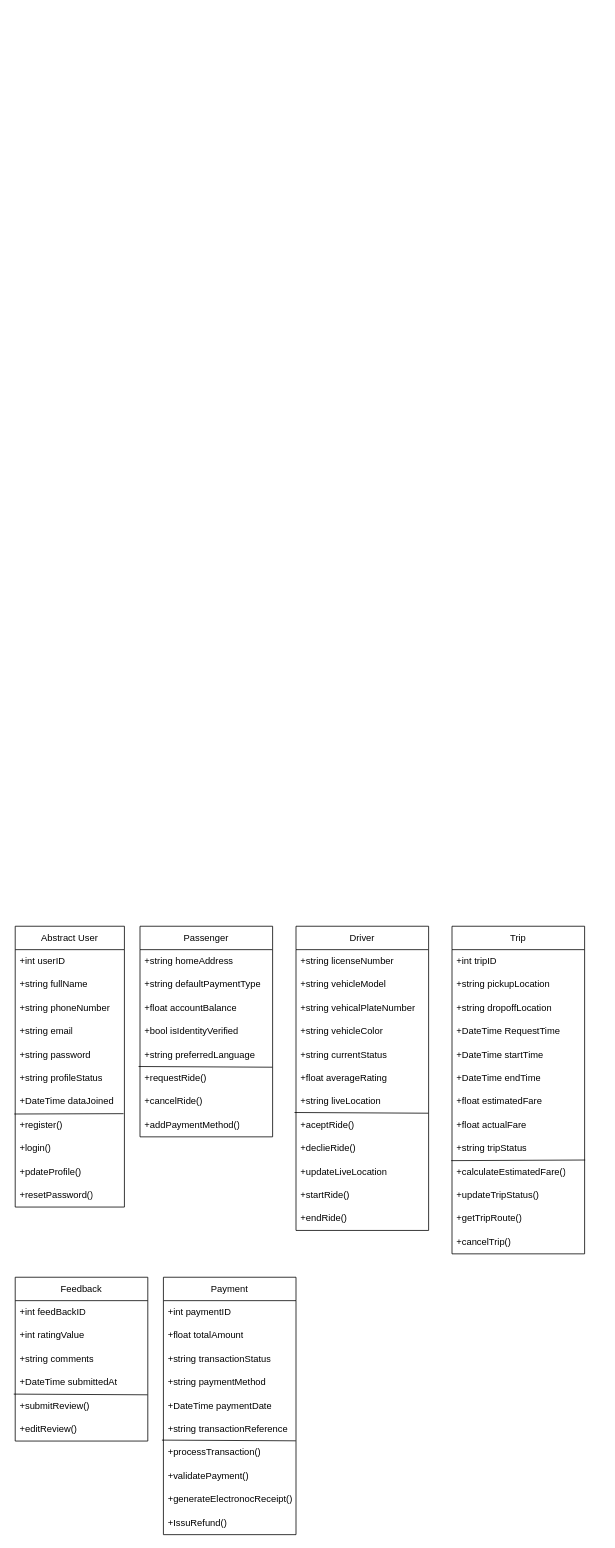
Before: SEPP_CW2_Class_Diagram.drawio in Anuja-jayasinghe/DrawIo_Projects, a draw.io diagram. Source tidied: cells renumbered, new cells numbered last; positions are measured from the earlier drawing's top-left corner, leaving out a move shared by most shapes. Both pictures are drawn from the tidied source at 78%, with x=0, y=0 at pixel (15, 926).
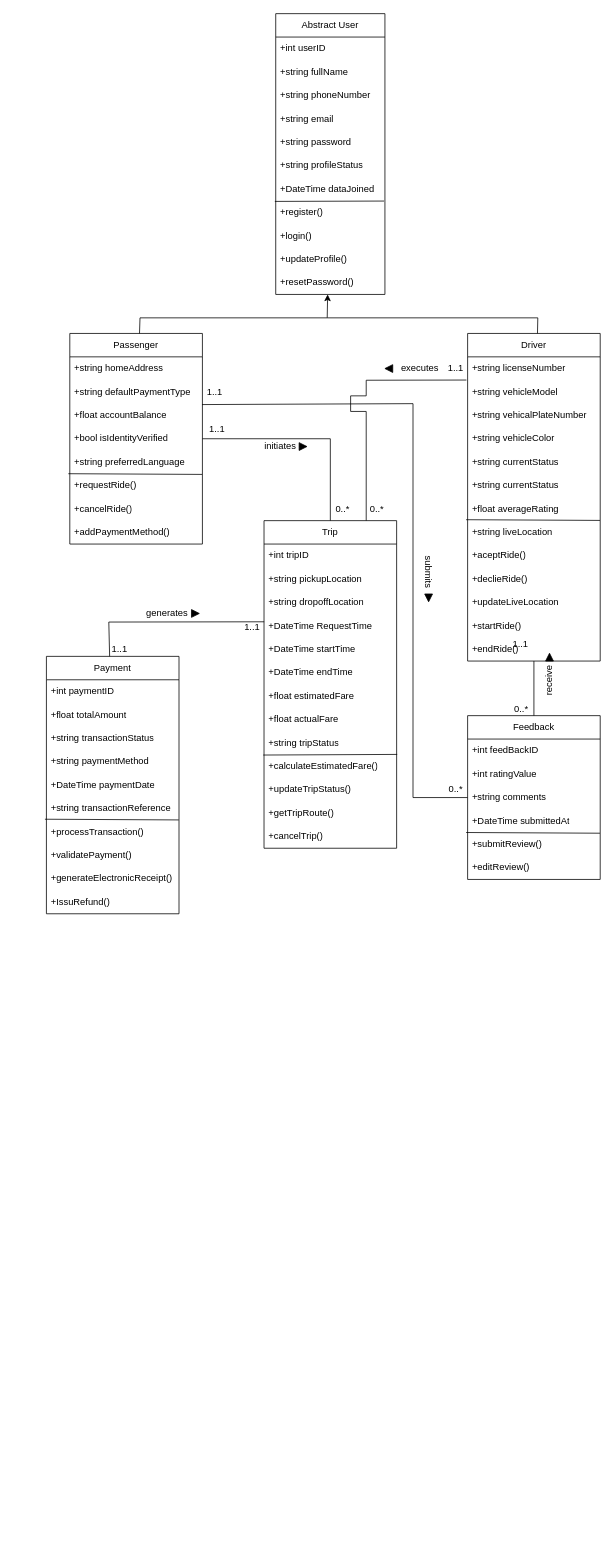
After the change.

Unchanged cells that the change refers to:
```xml
<mxCell id="18" value="+float accountBalance" style="text;strokeColor=none;fillColor=none;align=left;verticalAlign=middle;spacingLeft=4;spacingRight=4;overflow=hidden;points=[[0,0.5],[1,0.5]];portConstraint=eastwest;whiteSpace=wrap;html=1;" parent="15" vertex="1">
  <mxGeometry y="90" width="170" height="30" as="geometry" />
</mxCell>
<mxCell id="27" value="+string vehicleModel" style="text;strokeColor=none;fillColor=none;align=left;verticalAlign=middle;spacingLeft=4;spacingRight=4;overflow=hidden;points=[[0,0.5],[1,0.5]];portConstraint=eastwest;whiteSpace=wrap;html=1;" parent="25" vertex="1">
  <mxGeometry y="60" width="170" height="30" as="geometry" />
</mxCell>
<mxCell id="43" value="+DateTime RequestTime" style="text;strokeColor=none;fillColor=none;align=left;verticalAlign=middle;spacingLeft=4;spacingRight=4;overflow=hidden;points=[[0,0.5],[1,0.5]];portConstraint=eastwest;whiteSpace=wrap;html=1;" parent="39" vertex="1">
  <mxGeometry y="120" width="170" height="30" as="geometry" />
</mxCell>
```

What changed in the source:
```diff
@@
     <mxCell id="2" value="Abstract User" style="swimlane;fontStyle=0;horizontal=1;startSize=30;whiteSpace=wrap;html=1;" parent="1" vertex="1">
-      <mxGeometry width="140" height="360" as="geometry" />
+      <mxGeometry x="334" y="-1170" width="140" height="360" as="geometry" />
     </mxCell>
@@
-    <mxCell id="12" value="+pdateProfile()" style="text;strokeColor=none;fillColor=none;align=left;verticalAlign=middle;spacingLeft=4;spacingRight=4;overflow=hidden;whiteSpace=wrap;html=1;" parent="2" vertex="1">
+    <mxCell id="12" value="+updateProfile()" style="text;strokeColor=none;fillColor=none;align=left;verticalAlign=middle;spacingLeft=4;spacingRight=4;overflow=hidden;whiteSpace=wrap;html=1;" parent="2" vertex="1">
       <mxGeometry y="300" width="140" height="30" as="geometry" />
     </mxCell>
@@
     <mxCell id="15" value="Passenger" style="swimlane;fontStyle=0;horizontal=1;startSize=30;whiteSpace=wrap;html=1;" parent="1" vertex="1">
-      <mxGeometry x="160" width="170" height="270" as="geometry" />
+      <mxGeometry x="70" y="-760" width="170" height="270" as="geometry" />
     </mxCell>
@@
     <mxCell id="25" value="Driver" style="swimlane;fontStyle=0;horizontal=1;startSize=30;whiteSpace=wrap;html=1;" parent="1" vertex="1">
-      <mxGeometry x="360" width="170" height="390" as="geometry" />
+      <mxGeometry x="580" y="-760" width="170" height="420" as="geometry" />
     </mxCell>
@@
+    <mxCell id="74" value="+string currentStatus" style="text;strokeColor=none;fillColor=none;align=left;verticalAlign=middle;spacingLeft=4;spacingRight=4;overflow=hidden;whiteSpace=wrap;html=1;" parent="25" vertex="1">
+      <mxGeometry y="150" width="170" height="30" as="geometry" />
+    </mxCell>
     <mxCell id="30" value="+string currentStatus" style="text;strokeColor=none;fillColor=none;align=left;verticalAlign=middle;spacingLeft=4;spacingRight=4;overflow=hidden;whiteSpace=wrap;html=1;" parent="25" vertex="1">
-      <mxGeometry y="150" width="170" height="30" as="geometry" />
+      <mxGeometry y="180" width="170" height="30" as="geometry" />
     </mxCell>
     <mxCell id="31" value="+float averageRating" style="text;strokeColor=none;fillColor=none;align=left;verticalAlign=middle;spacingLeft=4;spacingRight=4;overflow=hidden;whiteSpace=wrap;html=1;" parent="25" vertex="1">
-      <mxGeometry y="180" width="170" height="30" as="geometry" />
+      <mxGeometry y="210" width="170" height="30" as="geometry" />
     </mxCell>
     <mxCell id="32" value="+string liveLocation" style="text;strokeColor=none;fillColor=none;align=left;verticalAlign=middle;spacingLeft=4;spacingRight=4;overflow=hidden;whiteSpace=wrap;html=1;" parent="25" vertex="1">
-      <mxGeometry y="210" width="170" height="30" as="geometry" />
+      <mxGeometry y="240" width="170" height="30" as="geometry" />
     </mxCell>
     <mxCell id="33" value="+aceptRide()" style="text;strokeColor=none;fillColor=none;align=left;verticalAlign=middle;spacingLeft=4;spacingRight=4;overflow=hidden;whiteSpace=wrap;html=1;" parent="25" vertex="1">
-      <mxGeometry y="240" width="170" height="30" as="geometry" />
+      <mxGeometry y="270" width="170" height="30" as="geometry" />
     </mxCell>
@@
     <mxCell id="35" value="+declieRide()" style="text;strokeColor=none;fillColor=none;align=left;verticalAlign=middle;spacingLeft=4;spacingRight=4;overflow=hidden;whiteSpace=wrap;html=1;" parent="25" vertex="1">
-      <mxGeometry y="270" width="170" height="30" as="geometry" />
+      <mxGeometry y="300" width="170" height="30" as="geometry" />
     </mxCell>
     <mxCell id="36" value="+updateLiveLocation" style="text;strokeColor=none;fillColor=none;align=left;verticalAlign=middle;spacingLeft=4;spacingRight=4;overflow=hidden;whiteSpace=wrap;html=1;" parent="25" vertex="1">
-      <mxGeometry y="300" width="170" height="30" as="geometry" />
+      <mxGeometry y="330" width="170" height="30" as="geometry" />
     </mxCell>
     <mxCell id="37" value="+startRide()" style="text;strokeColor=none;fillColor=none;align=left;verticalAlign=middle;spacingLeft=4;spacingRight=4;overflow=hidden;whiteSpace=wrap;html=1;" parent="25" vertex="1">
-      <mxGeometry y="330" width="170" height="30" as="geometry" />
+      <mxGeometry y="360" width="170" height="30" as="geometry" />
     </mxCell>
     <mxCell id="38" value="+endRide()" style="text;strokeColor=none;fillColor=none;align=left;verticalAlign=middle;spacingLeft=4;spacingRight=4;overflow=hidden;whiteSpace=wrap;html=1;" parent="25" vertex="1">
-      <mxGeometry y="360" width="170" height="30" as="geometry" />
+      <mxGeometry y="390" width="170" height="30" as="geometry" />
     </mxCell>
     <mxCell id="39" value="Trip" style="swimlane;fontStyle=0;horizontal=1;startSize=30;whiteSpace=wrap;html=1;" parent="1" vertex="1">
-      <mxGeometry x="560" width="170" height="420" as="geometry" />
+      <mxGeometry x="319" y="-520" width="170" height="420" as="geometry" />
     </mxCell>
@@
     <mxCell id="54" value="Feedback" style="swimlane;fontStyle=0;horizontal=1;startSize=30;whiteSpace=wrap;html=1;" parent="1" vertex="1">
-      <mxGeometry y="450" width="170" height="210" as="geometry" />
+      <mxGeometry x="580" y="-270" width="170" height="210" as="geometry" />
     </mxCell>
@@
     <mxCell id="62" value="Payment" style="swimlane;fontStyle=0;horizontal=1;startSize=30;whiteSpace=wrap;html=1;" parent="1" vertex="1">
-      <mxGeometry x="190" y="450" width="170" height="330" as="geometry" />
+      <mxGeometry x="40" y="-346" width="170" height="330" as="geometry" />
     </mxCell>
@@
-    <mxCell id="72" value="+generateElectronocReceipt()" style="text;strokeColor=none;fillColor=none;align=left;verticalAlign=middle;spacingLeft=4;spacingRight=4;overflow=hidden;whiteSpace=wrap;html=1;" parent="62" vertex="1">
+    <mxCell id="72" value="+generateElectronicReceipt()" style="text;strokeColor=none;fillColor=none;align=left;verticalAlign=middle;spacingLeft=4;spacingRight=4;overflow=hidden;whiteSpace=wrap;html=1;" parent="62" vertex="1">
       <mxGeometry y="270" width="170" height="30" as="geometry" />
     </mxCell>
@@
+    <mxCell id="75" style="endArrow=classic;html=1;rounded=0;" parent="1" edge="1" source="15" target="2">
+      <mxGeometry relative="1" as="geometry">
+        <Array as="points">
+          <mxPoint x="160" y="-780" />
+          <mxPoint x="400" y="-780" />
+        </Array>
+      </mxGeometry>
+    </mxCell>
+    <mxCell id="76" style="endArrow=none;html=1;rounded=0;" parent="1" edge="1" target="25">
+      <mxGeometry relative="1" as="geometry">
+        <mxPoint x="400" y="-780" as="sourcePoint" />
+        <Array as="points">
+          <mxPoint x="670" y="-780" />
+        </Array>
+      </mxGeometry>
+    </mxCell>
+    <mxCell id="77" style="endArrow=none;html=1;rounded=0;" parent="1" edge="1" source="15" target="39">
+      <mxGeometry relative="1" as="geometry">
+        <Array as="points">
+          <mxPoint x="404" y="-625" />
+        </Array>
+      </mxGeometry>
+    </mxCell>
+    <mxCell id="78" value="1..1" style="text;html=1;whiteSpace=wrap;strokeColor=none;fillColor=none;align=center;verticalAlign=middle;rounded=0;" parent="1" vertex="1">
+      <mxGeometry x="229" y="-652" width="60" height="30" as="geometry" />
+    </mxCell>
+    <mxCell id="79" value="0..*" style="text;html=1;whiteSpace=wrap;strokeColor=none;fillColor=none;align=center;verticalAlign=middle;rounded=0;" parent="1" vertex="1">
+      <mxGeometry x="390" y="-550" width="60" height="30" as="geometry" />
+    </mxCell>
+    <mxCell id="80" value="initiates" style="text;html=1;whiteSpace=wrap;strokeColor=none;fillColor=none;align=center;verticalAlign=middle;rounded=0;" parent="1" vertex="1">
+      <mxGeometry x="310" y="-630" width="60" height="30" as="geometry" />
+    </mxCell>
+    <mxCell id="81" style="triangle;whiteSpace=wrap;html=1;fillColor=light-dark(#000000,#000000);" parent="1" vertex="1">
+      <mxGeometry x="364" y="-620" width="10" height="10" as="geometry" />
+    </mxCell>
+    <mxCell id="82" style="endArrow=none;html=1;rounded=0;" parent="1" edge="1" source="54" target="25">
+      <mxGeometry relative="1" as="geometry" />
+    </mxCell>
+    <mxCell id="83" value="receive" style="text;html=1;whiteSpace=wrap;strokeColor=none;fillColor=none;align=center;verticalAlign=middle;rounded=0;rotation=-90;" parent="1" vertex="1">
+      <mxGeometry x="655" y="-330" width="60" height="30" as="geometry" />
+    </mxCell>
+    <mxCell id="84" style="triangle;whiteSpace=wrap;html=1;fillColor=light-dark(#000000,#000000);rotation=-90;" parent="1" vertex="1">
+      <mxGeometry x="680" y="-350" width="10" height="10" as="geometry" />
+    </mxCell>
+    <mxCell id="85" value="1..1" style="text;html=1;whiteSpace=wrap;strokeColor=none;fillColor=none;align=center;verticalAlign=middle;rounded=0;" parent="1" vertex="1">
+      <mxGeometry x="618" y="-376" width="60" height="30" as="geometry" />
+    </mxCell>
+    <mxCell id="86" value="0..*" style="text;html=1;whiteSpace=wrap;strokeColor=none;fillColor=none;align=center;verticalAlign=middle;rounded=0;" parent="1" vertex="1">
+      <mxGeometry x="619" y="-293" width="60" height="30" as="geometry" />
+    </mxCell>
+    <mxCell id="87" style="endArrow=none;html=1;rounded=0;exitX=0.997;exitY=0.039;exitDx=0;exitDy=0;exitPerimeter=0;" parent="1" edge="1" source="18" target="54">
+      <mxGeometry relative="1" as="geometry">
+        <Array as="points">
+          <mxPoint x="510" y="-670" />
+          <mxPoint x="510" y="-165" />
+        </Array>
+      </mxGeometry>
+    </mxCell>
+    <mxCell id="88" value="submits" style="text;html=1;whiteSpace=wrap;strokeColor=none;fillColor=none;align=center;verticalAlign=middle;rounded=0;rotation=90;flipV=0;flipH=0;direction=east;" parent="1" vertex="1">
+      <mxGeometry x="500" y="-469" width="60" height="30" as="geometry" />
+    </mxCell>
+    <mxCell id="89" style="triangle;whiteSpace=wrap;html=1;fillColor=light-dark(#000000,#000000);rotation=-90;flipV=0;flipH=0;direction=west;" parent="1" vertex="1">
+      <mxGeometry x="525" y="-426" width="10" height="10" as="geometry" />
+    </mxCell>
+    <mxCell id="90" value="1..1" style="text;html=1;whiteSpace=wrap;strokeColor=none;fillColor=none;align=center;verticalAlign=middle;rounded=0;" parent="1" vertex="1">
+      <mxGeometry x="226" y="-700" width="60" height="30" as="geometry" />
+    </mxCell>
+    <mxCell id="91" value="0..*" style="text;html=1;whiteSpace=wrap;strokeColor=none;fillColor=none;align=center;verticalAlign=middle;rounded=0;" parent="1" vertex="1">
+      <mxGeometry x="535" y="-190" width="60" height="30" as="geometry" />
+    </mxCell>
+    <mxCell id="92" style="endArrow=none;html=1;rounded=0;exitX=1;exitY=1;exitDx=0;exitDy=0;entryX=-0.009;entryY=-0.009;entryDx=0;entryDy=0;entryPerimeter=0;" parent="1" edge="1" source="79" target="27">
+      <mxGeometry relative="1" as="geometry">
+        <Array as="points">
+          <mxPoint x="450" y="-660" />
+          <mxPoint x="430" y="-660" />
+          <mxPoint x="430" y="-680" />
+          <mxPoint x="450" y="-680" />
+          <mxPoint x="450" y="-700" />
+        </Array>
+      </mxGeometry>
+    </mxCell>
+    <mxCell id="93" value="0..*" style="text;html=1;whiteSpace=wrap;strokeColor=none;fillColor=none;align=center;verticalAlign=middle;rounded=0;" parent="1" vertex="1">
+      <mxGeometry x="434" y="-550" width="60" height="30" as="geometry" />
+    </mxCell>
+    <mxCell id="94" value="1..1" style="text;html=1;whiteSpace=wrap;strokeColor=none;fillColor=none;align=center;verticalAlign=middle;rounded=0;" parent="1" vertex="1">
+      <mxGeometry x="535" y="-730" width="60" height="30" as="geometry" />
+    </mxCell>
+    <mxCell id="95" value="executes" style="text;html=1;whiteSpace=wrap;strokeColor=none;fillColor=none;align=center;verticalAlign=middle;rounded=0;" parent="1" vertex="1">
+      <mxGeometry x="489" y="-730" width="60" height="30" as="geometry" />
+    </mxCell>
+    <mxCell id="96" style="triangle;whiteSpace=wrap;html=1;fillColor=light-dark(#000000,#000000);flipH=1;" parent="1" vertex="1">
+      <mxGeometry x="474" y="-720" width="10" height="10" as="geometry" />
+    </mxCell>
+    <mxCell id="97" style="endArrow=none;html=1;rounded=0;entryX=0.001;entryY=0.322;entryDx=0;entryDy=0;entryPerimeter=0;" parent="1" edge="1" source="62" target="43">
+      <mxGeometry relative="1" as="geometry">
+        <Array as="points">
+          <mxPoint x="120" y="-390" />
+        </Array>
+      </mxGeometry>
+    </mxCell>
+    <mxCell id="98" value="1..1" style="text;html=1;whiteSpace=wrap;strokeColor=none;fillColor=none;align=center;verticalAlign=middle;rounded=0;" parent="1" vertex="1">
+      <mxGeometry x="104" y="-370" width="60" height="30" as="geometry" />
+    </mxCell>
+    <mxCell id="99" value="1..1" style="text;html=1;whiteSpace=wrap;strokeColor=none;fillColor=none;align=center;verticalAlign=middle;rounded=0;" parent="1" vertex="1">
+      <mxGeometry x="274" y="-398" width="60" height="30" as="geometry" />
+    </mxCell>
+    <mxCell id="100" value="generates" style="text;html=1;whiteSpace=wrap;strokeColor=none;fillColor=none;align=center;verticalAlign=middle;rounded=0;" parent="1" vertex="1">
+      <mxGeometry x="165" y="-416" width="60" height="30" as="geometry" />
+    </mxCell>
+    <mxCell id="101" style="triangle;whiteSpace=wrap;html=1;fillColor=light-dark(#000000,#000000);" parent="1" vertex="1">
+      <mxGeometry x="226" y="-406" width="10" height="10" as="geometry" />
+    </mxCell>
```
